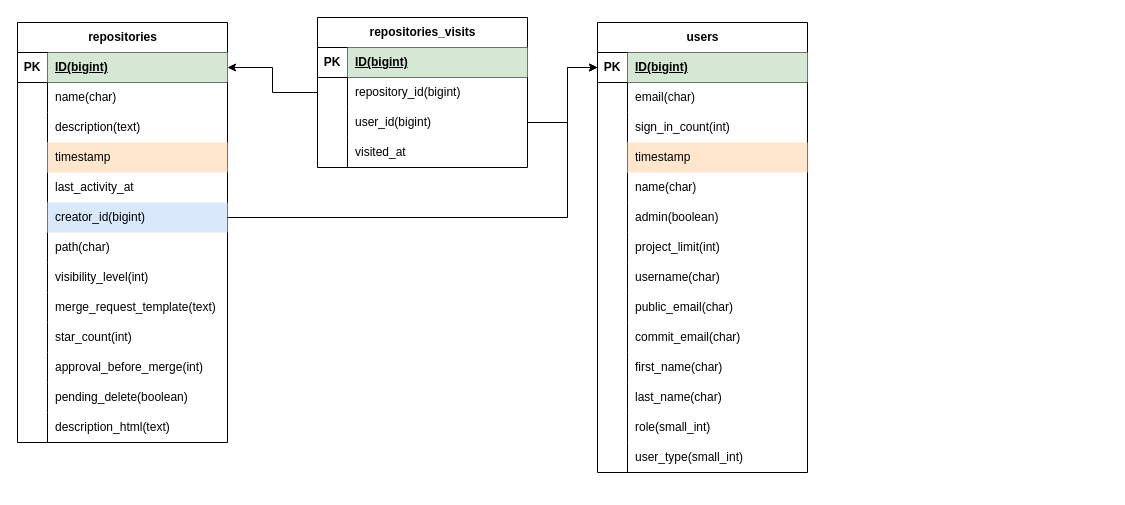
Above: Untitled Diagram.drawio in hoangchung16-00/my-git-store (draw.io), before the change. Source tidied: cells renumbered, new cells numbered last; positions are measured from the earlier drawing's top-left corner, leaving out a move shared by most shapes. Both pictures are drawn from the tidied source at 100%, with x=0, y=0 at pixel (17, 17).
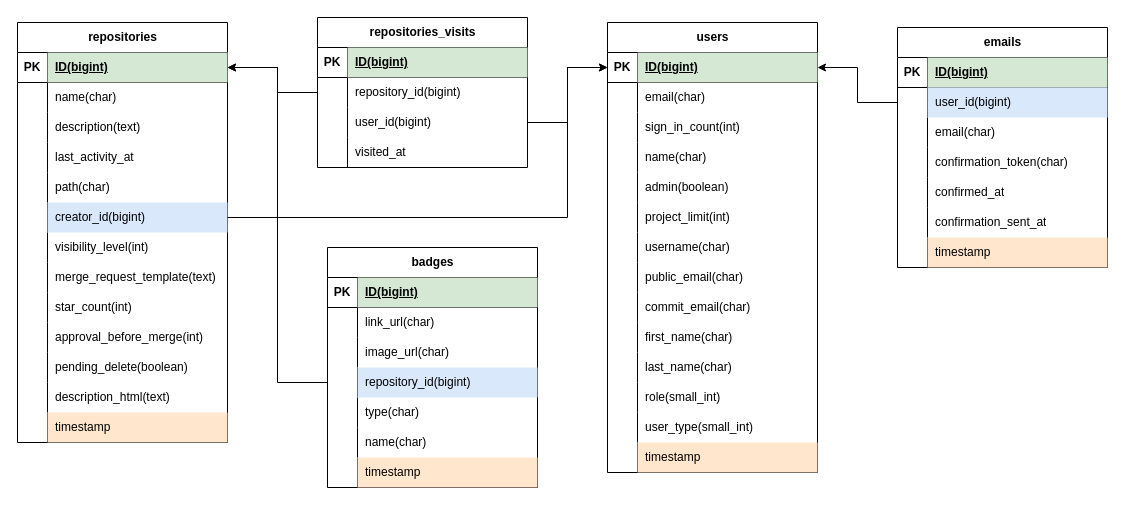
After the change.

Commit message:
diagram: badges, emails

Unchanged cells that the change refers to:
```xml
<mxCell id="2" value="repositories" style="shape=table;startSize=30;childLayout=tableLayout;rowLines=0;fontStyle=1;align=center;html=1;" parent="1" vertex="1">
  <mxGeometry y="5" width="210" height="420" as="geometry" />
</mxCell>
<mxCell id="3" style="shape=tableRow;horizontal=0;startSize=0;swimlaneHead=0;swimlaneBody=0;fillColor=none;points=[[0,0.5],[1,0.5]];portConstraint=eastwest;top=0;left=0;right=0;bottom=1;" parent="2" vertex="1">
  <mxGeometry y="30" width="210" height="30" as="geometry" />
</mxCell>
<mxCell id="43" style="shape=tableRow;horizontal=0;startSize=0;swimlaneHead=0;swimlaneBody=0;fillColor=none;points=[[0,0.5],[1,0.5]];portConstraint=eastwest;top=0;left=0;right=0;bottom=1;" parent="42" vertex="1">
  <mxGeometry y="30" width="210" height="30" as="geometry" />
</mxCell>
<mxCell id="90" style="shape=tableRow;horizontal=0;startSize=0;swimlaneHead=0;swimlaneBody=0;fillColor=none;points=[[0,0.5],[1,0.5]];portConstraint=eastwest;top=0;left=0;right=0;bottom=0;" parent="86" vertex="1">
  <mxGeometry y="60" width="210" height="30" as="geometry" />
</mxCell>
```

Diff of the diagram source:
```diff
@@
-    <mxCell id="12" style="shape=tableRow;horizontal=0;startSize=0;swimlaneHead=0;swimlaneBody=0;fillColor=none;top=0;left=0;right=0;bottom=0;" parent="2" vertex="1">
-      <mxGeometry y="120" width="210" height="30" as="geometry" />
-    </mxCell>
-    <mxCell id="13" style="shape=partialRectangle;fillColor=none;top=0;left=0;bottom=0;right=0;overflow=hidden;whiteSpace=wrap;html=1;" parent="12" vertex="1">
-      <mxGeometry width="30" height="30" as="geometry" />
-    </mxCell>
-    <mxCell id="14" value="timestamp" style="shape=partialRectangle;fillColor=#ffe6cc;top=0;left=0;bottom=0;right=0;align=left;spacingLeft=6;overflow=hidden;whiteSpace=wrap;html=1;strokeColor=#d79b00;" parent="12" vertex="1">
-      <mxGeometry x="30" width="180" height="30" as="geometry" />
-    </mxCell>
     <mxCell id="15" style="shape=tableRow;horizontal=0;startSize=0;swimlaneHead=0;swimlaneBody=0;fillColor=none;top=0;left=0;right=0;bottom=0;" parent="2" vertex="1">
-      <mxGeometry y="150" width="210" height="30" as="geometry" />
+      <mxGeometry y="120" width="210" height="30" as="geometry" />
     </mxCell>
@@
+    <mxCell id="21" style="shape=tableRow;horizontal=0;startSize=0;swimlaneHead=0;swimlaneBody=0;fillColor=none;top=0;left=0;right=0;bottom=0;" parent="2" vertex="1">
+      <mxGeometry y="150" width="210" height="30" as="geometry" />
+    </mxCell>
+    <mxCell id="22" style="shape=partialRectangle;fillColor=none;top=0;left=0;bottom=0;right=0;overflow=hidden;whiteSpace=wrap;html=1;" parent="21" vertex="1">
+      <mxGeometry width="30" height="30" as="geometry" />
+    </mxCell>
+    <mxCell id="23" value="path(char)" style="shape=partialRectangle;fillColor=none;top=0;left=0;bottom=0;right=0;align=left;spacingLeft=6;overflow=hidden;whiteSpace=wrap;html=1;" parent="21" vertex="1">
+      <mxGeometry x="30" width="180" height="30" as="geometry" />
+    </mxCell>
@@
-    <mxCell id="21" style="shape=tableRow;horizontal=0;startSize=0;swimlaneHead=0;swimlaneBody=0;fillColor=none;top=0;left=0;right=0;bottom=0;" parent="2" vertex="1">
-      <mxGeometry y="210" width="210" height="30" as="geometry" />
-    </mxCell>
-    <mxCell id="22" style="shape=partialRectangle;fillColor=none;top=0;left=0;bottom=0;right=0;overflow=hidden;whiteSpace=wrap;html=1;" parent="21" vertex="1">
-      <mxGeometry width="30" height="30" as="geometry" />
-    </mxCell>
-    <mxCell id="23" value="path(char)" style="shape=partialRectangle;fillColor=none;top=0;left=0;bottom=0;right=0;align=left;spacingLeft=6;overflow=hidden;whiteSpace=wrap;html=1;" parent="21" vertex="1">
-      <mxGeometry x="30" width="180" height="30" as="geometry" />
-    </mxCell>
     <mxCell id="24" style="shape=tableRow;horizontal=0;startSize=0;swimlaneHead=0;swimlaneBody=0;fillColor=none;top=0;left=0;right=0;bottom=0;" parent="2" vertex="1">
-      <mxGeometry y="240" width="210" height="30" as="geometry" />
+      <mxGeometry y="210" width="210" height="30" as="geometry" />
     </mxCell>
@@
     <mxCell id="27" style="shape=tableRow;horizontal=0;startSize=0;swimlaneHead=0;swimlaneBody=0;fillColor=none;top=0;left=0;right=0;bottom=0;" parent="2" vertex="1">
-      <mxGeometry y="270" width="210" height="30" as="geometry" />
+      <mxGeometry y="240" width="210" height="30" as="geometry" />
     </mxCell>
@@
     <mxCell id="30" style="shape=tableRow;horizontal=0;startSize=0;swimlaneHead=0;swimlaneBody=0;fillColor=none;top=0;left=0;right=0;bottom=0;" parent="2" vertex="1">
-      <mxGeometry y="300" width="210" height="30" as="geometry" />
+      <mxGeometry y="270" width="210" height="30" as="geometry" />
     </mxCell>
@@
     <mxCell id="33" style="shape=tableRow;horizontal=0;startSize=0;swimlaneHead=0;swimlaneBody=0;fillColor=none;top=0;left=0;right=0;bottom=0;" parent="2" vertex="1">
-      <mxGeometry y="330" width="210" height="30" as="geometry" />
+      <mxGeometry y="300" width="210" height="30" as="geometry" />
     </mxCell>
@@
     <mxCell id="36" style="shape=tableRow;horizontal=0;startSize=0;swimlaneHead=0;swimlaneBody=0;fillColor=none;top=0;left=0;right=0;bottom=0;" parent="2" vertex="1">
-      <mxGeometry y="360" width="210" height="30" as="geometry" />
+      <mxGeometry y="330" width="210" height="30" as="geometry" />
     </mxCell>
@@
     <mxCell id="39" style="shape=tableRow;horizontal=0;startSize=0;swimlaneHead=0;swimlaneBody=0;fillColor=none;top=0;left=0;right=0;bottom=0;" parent="2" vertex="1">
-      <mxGeometry y="390" width="210" height="30" as="geometry" />
+      <mxGeometry y="360" width="210" height="30" as="geometry" />
     </mxCell>
@@
+    <mxCell id="12" style="shape=tableRow;horizontal=0;startSize=0;swimlaneHead=0;swimlaneBody=0;fillColor=none;top=0;left=0;right=0;bottom=0;" parent="2" vertex="1">
+      <mxGeometry y="390" width="210" height="30" as="geometry" />
+    </mxCell>
+    <mxCell id="13" style="shape=partialRectangle;fillColor=none;top=0;left=0;bottom=0;right=0;overflow=hidden;whiteSpace=wrap;html=1;" parent="12" vertex="1">
+      <mxGeometry width="30" height="30" as="geometry" />
+    </mxCell>
+    <mxCell id="14" value="timestamp" style="shape=partialRectangle;fillColor=#ffe6cc;top=0;left=0;bottom=0;right=0;align=left;spacingLeft=6;overflow=hidden;whiteSpace=wrap;html=1;strokeColor=#d79b00;" parent="12" vertex="1">
+      <mxGeometry x="30" width="180" height="30" as="geometry" />
+    </mxCell>
     <mxCell id="42" value="users" style="shape=table;startSize=30;childLayout=tableLayout;rowLines=0;fontStyle=1;align=center;html=1;" parent="1" vertex="1">
-      <mxGeometry x="580" y="5" width="210" height="450" as="geometry" />
+      <mxGeometry x="590" y="5" width="210" height="450" as="geometry" />
     </mxCell>
@@
-    <mxCell id="52" style="shape=tableRow;horizontal=0;startSize=0;swimlaneHead=0;swimlaneBody=0;fillColor=none;top=0;left=0;right=0;bottom=0;" parent="42" vertex="1">
-      <mxGeometry y="120" width="210" height="30" as="geometry" />
-    </mxCell>
-    <mxCell id="53" style="shape=partialRectangle;fillColor=none;top=0;left=0;bottom=0;right=0;overflow=hidden;whiteSpace=wrap;html=1;" parent="52" vertex="1">
-      <mxGeometry width="30" height="30" as="geometry" />
-    </mxCell>
-    <mxCell id="54" value="timestamp" style="shape=partialRectangle;fillColor=#ffe6cc;top=0;left=0;bottom=0;right=0;align=left;spacingLeft=6;overflow=hidden;whiteSpace=wrap;html=1;strokeColor=#d79b00;" parent="52" vertex="1">
-      <mxGeometry x="30" width="180" height="30" as="geometry" />
-    </mxCell>
     <mxCell id="55" style="shape=tableRow;horizontal=0;startSize=0;swimlaneHead=0;swimlaneBody=0;fillColor=none;top=0;left=0;right=0;bottom=0;" parent="42" vertex="1">
-      <mxGeometry y="150" width="210" height="30" as="geometry" />
+      <mxGeometry y="120" width="210" height="30" as="geometry" />
     </mxCell>
@@
     <mxCell id="58" style="shape=tableRow;horizontal=0;startSize=0;swimlaneHead=0;swimlaneBody=0;fillColor=none;top=0;left=0;right=0;bottom=0;" parent="42" vertex="1">
-      <mxGeometry y="180" width="210" height="30" as="geometry" />
+      <mxGeometry y="150" width="210" height="30" as="geometry" />
     </mxCell>
@@
     <mxCell id="61" style="shape=tableRow;horizontal=0;startSize=0;swimlaneHead=0;swimlaneBody=0;fillColor=none;top=0;left=0;right=0;bottom=0;" parent="42" vertex="1">
-      <mxGeometry y="210" width="210" height="30" as="geometry" />
+      <mxGeometry y="180" width="210" height="30" as="geometry" />
     </mxCell>
@@
     <mxCell id="64" style="shape=tableRow;horizontal=0;startSize=0;swimlaneHead=0;swimlaneBody=0;fillColor=none;top=0;left=0;right=0;bottom=0;" parent="42" vertex="1">
-      <mxGeometry y="240" width="210" height="30" as="geometry" />
+      <mxGeometry y="210" width="210" height="30" as="geometry" />
     </mxCell>
@@
     <mxCell id="67" style="shape=tableRow;horizontal=0;startSize=0;swimlaneHead=0;swimlaneBody=0;fillColor=none;top=0;left=0;right=0;bottom=0;" parent="42" vertex="1">
-      <mxGeometry y="270" width="210" height="30" as="geometry" />
+      <mxGeometry y="240" width="210" height="30" as="geometry" />
     </mxCell>
@@
     <mxCell id="70" style="shape=tableRow;horizontal=0;startSize=0;swimlaneHead=0;swimlaneBody=0;fillColor=none;top=0;left=0;right=0;bottom=0;" parent="42" vertex="1">
-      <mxGeometry y="300" width="210" height="30" as="geometry" />
+      <mxGeometry y="270" width="210" height="30" as="geometry" />
     </mxCell>
@@
     <mxCell id="73" style="shape=tableRow;horizontal=0;startSize=0;swimlaneHead=0;swimlaneBody=0;fillColor=none;top=0;left=0;right=0;bottom=0;" parent="42" vertex="1">
-      <mxGeometry y="330" width="210" height="30" as="geometry" />
+      <mxGeometry y="300" width="210" height="30" as="geometry" />
     </mxCell>
@@
     <mxCell id="76" style="shape=tableRow;horizontal=0;startSize=0;swimlaneHead=0;swimlaneBody=0;fillColor=none;top=0;left=0;right=0;bottom=0;" parent="42" vertex="1">
-      <mxGeometry y="360" width="210" height="30" as="geometry" />
+      <mxGeometry y="330" width="210" height="30" as="geometry" />
     </mxCell>
@@
     <mxCell id="79" style="shape=tableRow;horizontal=0;startSize=0;swimlaneHead=0;swimlaneBody=0;fillColor=none;top=0;left=0;right=0;bottom=0;" parent="42" vertex="1">
-      <mxGeometry y="390" width="210" height="30" as="geometry" />
+      <mxGeometry y="360" width="210" height="30" as="geometry" />
     </mxCell>
@@
     <mxCell id="82" style="shape=tableRow;horizontal=0;startSize=0;swimlaneHead=0;swimlaneBody=0;fillColor=none;top=0;left=0;right=0;bottom=0;" parent="42" vertex="1">
-      <mxGeometry y="420" width="210" height="30" as="geometry" />
+      <mxGeometry y="390" width="210" height="30" as="geometry" />
     </mxCell>
@@
+    <mxCell id="52" style="shape=tableRow;horizontal=0;startSize=0;swimlaneHead=0;swimlaneBody=0;fillColor=none;top=0;left=0;right=0;bottom=0;" parent="42" vertex="1">
+      <mxGeometry y="420" width="210" height="30" as="geometry" />
+    </mxCell>
+    <mxCell id="53" style="shape=partialRectangle;fillColor=none;top=0;left=0;bottom=0;right=0;overflow=hidden;whiteSpace=wrap;html=1;" parent="52" vertex="1">
+      <mxGeometry width="30" height="30" as="geometry" />
+    </mxCell>
+    <mxCell id="54" value="timestamp" style="shape=partialRectangle;fillColor=#ffe6cc;top=0;left=0;bottom=0;right=0;align=left;spacingLeft=6;overflow=hidden;whiteSpace=wrap;html=1;strokeColor=#d79b00;" parent="52" vertex="1">
+      <mxGeometry x="30" width="180" height="30" as="geometry" />
+    </mxCell>
@@
     <mxCell id="99" style="edgeStyle=orthogonalEdgeStyle;rounded=0;jettySize=auto;html=1;" parent="1" edge="1" source="90" target="3">
-      <mxGeometry relative="1" as="geometry" />
+      <mxGeometry relative="1" as="geometry">
+        <Array as="points">
+          <mxPoint x="260" y="75" />
+          <mxPoint x="260" y="50" />
+        </Array>
+      </mxGeometry>
     </mxCell>
@@
+    <mxCell id="101" value="badges" style="shape=table;startSize=30;childLayout=tableLayout;rowLines=0;fontStyle=1;align=center;html=1;" parent="1" vertex="1">
+      <mxGeometry x="310" y="230" width="210" height="240" as="geometry" />
+    </mxCell>
+    <mxCell id="102" style="shape=tableRow;horizontal=0;startSize=0;swimlaneHead=0;swimlaneBody=0;fillColor=none;top=0;left=0;right=0;bottom=1;" parent="101" vertex="1">
+      <mxGeometry y="30" width="210" height="30" as="geometry" />
+    </mxCell>
+    <mxCell id="103" value="PK" style="shape=partialRectangle;fillColor=none;top=0;left=0;bottom=0;right=0;fontStyle=1;overflow=hidden;whiteSpace=wrap;html=1;" parent="102" vertex="1">
+      <mxGeometry width="30" height="30" as="geometry" />
+    </mxCell>
+    <mxCell id="104" value="ID(bigint)" style="shape=partialRectangle;fillColor=#d5e8d4;top=0;left=0;bottom=0;right=0;align=left;spacingLeft=6;fontStyle=5;overflow=hidden;whiteSpace=wrap;html=1;strokeColor=#82b366;" parent="102" vertex="1">
+      <mxGeometry x="30" width="180" height="30" as="geometry" />
+    </mxCell>
+    <mxCell id="105" style="shape=tableRow;horizontal=0;startSize=0;swimlaneHead=0;swimlaneBody=0;fillColor=none;top=0;left=0;right=0;bottom=0;" parent="101" vertex="1">
+      <mxGeometry y="60" width="210" height="30" as="geometry" />
+    </mxCell>
+    <mxCell id="106" style="shape=partialRectangle;fillColor=none;top=0;left=0;bottom=0;right=0;overflow=hidden;whiteSpace=wrap;html=1;" parent="105" vertex="1">
+      <mxGeometry width="30" height="30" as="geometry" />
+    </mxCell>
+    <mxCell id="107" value="link_url(char)" style="shape=partialRectangle;fillColor=none;top=0;left=0;bottom=0;right=0;align=left;spacingLeft=6;overflow=hidden;whiteSpace=wrap;html=1;" parent="105" vertex="1">
+      <mxGeometry x="30" width="180" height="30" as="geometry" />
+    </mxCell>
+    <mxCell id="108" style="shape=tableRow;horizontal=0;startSize=0;swimlaneHead=0;swimlaneBody=0;fillColor=none;top=0;left=0;right=0;bottom=0;" parent="101" vertex="1">
+      <mxGeometry y="90" width="210" height="30" as="geometry" />
+    </mxCell>
+    <mxCell id="109" style="shape=partialRectangle;fillColor=none;top=0;left=0;bottom=0;right=0;overflow=hidden;whiteSpace=wrap;html=1;" parent="108" vertex="1">
+      <mxGeometry width="30" height="30" as="geometry" />
+    </mxCell>
+    <mxCell id="110" value="image_url(char)" style="shape=partialRectangle;fillColor=none;top=0;left=0;bottom=0;right=0;align=left;spacingLeft=6;overflow=hidden;whiteSpace=wrap;html=1;" parent="108" vertex="1">
+      <mxGeometry x="30" width="180" height="30" as="geometry" />
+    </mxCell>
+    <mxCell id="111" style="shape=tableRow;horizontal=0;startSize=0;swimlaneHead=0;swimlaneBody=0;fillColor=none;points=[[0,0.5],[1,0.5]];portConstraint=eastwest;top=0;left=0;right=0;bottom=0;" parent="101" vertex="1">
+      <mxGeometry y="120" width="210" height="30" as="geometry" />
+    </mxCell>
+    <mxCell id="112" style="shape=partialRectangle;fillColor=none;top=0;left=0;bottom=0;right=0;overflow=hidden;whiteSpace=wrap;html=1;" parent="111" vertex="1">
+      <mxGeometry width="30" height="30" as="geometry" />
+    </mxCell>
+    <mxCell id="113" value="repository_id(bigint)" style="shape=partialRectangle;fillColor=#dae8fc;top=0;left=0;bottom=0;right=0;align=left;spacingLeft=6;overflow=hidden;whiteSpace=wrap;html=1;strokeColor=#6c8ebf;" parent="111" vertex="1">
+      <mxGeometry x="30" width="180" height="30" as="geometry" />
+    </mxCell>
+    <mxCell id="114" style="shape=tableRow;horizontal=0;startSize=0;swimlaneHead=0;swimlaneBody=0;fillColor=none;top=0;left=0;right=0;bottom=0;" parent="101" vertex="1">
+      <mxGeometry y="150" width="210" height="30" as="geometry" />
+    </mxCell>
+    <mxCell id="115" style="shape=partialRectangle;fillColor=none;top=0;left=0;bottom=0;right=0;overflow=hidden;whiteSpace=wrap;html=1;" parent="114" vertex="1">
+      <mxGeometry width="30" height="30" as="geometry" />
+    </mxCell>
+    <mxCell id="116" value="type(char)" style="shape=partialRectangle;fillColor=none;top=0;left=0;bottom=0;right=0;align=left;spacingLeft=6;overflow=hidden;whiteSpace=wrap;html=1;" parent="114" vertex="1">
+      <mxGeometry x="30" width="180" height="30" as="geometry" />
+    </mxCell>
+    <mxCell id="117" style="shape=tableRow;horizontal=0;startSize=0;swimlaneHead=0;swimlaneBody=0;fillColor=none;top=0;left=0;right=0;bottom=0;" parent="101" vertex="1">
+      <mxGeometry y="180" width="210" height="30" as="geometry" />
+    </mxCell>
+    <mxCell id="118" style="shape=partialRectangle;fillColor=none;top=0;left=0;bottom=0;right=0;overflow=hidden;whiteSpace=wrap;html=1;" parent="117" vertex="1">
+      <mxGeometry width="30" height="30" as="geometry" />
+    </mxCell>
+    <mxCell id="119" value="name(char)" style="shape=partialRectangle;fillColor=none;top=0;left=0;bottom=0;right=0;align=left;spacingLeft=6;overflow=hidden;whiteSpace=wrap;html=1;" parent="117" vertex="1">
+      <mxGeometry x="30" width="180" height="30" as="geometry" />
+    </mxCell>
+    <mxCell id="120" style="shape=tableRow;horizontal=0;startSize=0;swimlaneHead=0;swimlaneBody=0;fillColor=none;top=0;left=0;right=0;bottom=0;" parent="101" vertex="1">
+      <mxGeometry y="210" width="210" height="30" as="geometry" />
+    </mxCell>
+    <mxCell id="121" style="shape=partialRectangle;fillColor=none;top=0;left=0;bottom=0;right=0;overflow=hidden;whiteSpace=wrap;html=1;" parent="120" vertex="1">
+      <mxGeometry width="30" height="30" as="geometry" />
+    </mxCell>
+    <mxCell id="122" value="timestamp" style="shape=partialRectangle;fillColor=#ffe6cc;top=0;left=0;bottom=0;right=0;align=left;spacingLeft=6;overflow=hidden;whiteSpace=wrap;html=1;strokeColor=#d79b00;" parent="120" vertex="1">
+      <mxGeometry x="30" width="180" height="30" as="geometry" />
+    </mxCell>
+    <mxCell id="123" style="edgeStyle=orthogonalEdgeStyle;rounded=0;jettySize=auto;html=1;entryX=1;entryY=0.5;entryDx=0;entryDy=0;" parent="1" edge="1" source="111" target="3">
+      <mxGeometry relative="1" as="geometry">
+        <Array as="points">
+          <mxPoint x="260" y="365" />
+          <mxPoint x="260" y="50" />
+        </Array>
+      </mxGeometry>
+    </mxCell>
+    <mxCell id="124" value="emails" style="shape=table;startSize=30;childLayout=tableLayout;rowLines=0;fontStyle=1;align=center;html=1;" parent="1" vertex="1">
+      <mxGeometry x="880" y="10" width="210" height="240" as="geometry" />
+    </mxCell>
+    <mxCell id="125" style="shape=tableRow;horizontal=0;startSize=0;swimlaneHead=0;swimlaneBody=0;fillColor=none;top=0;left=0;right=0;bottom=1;" parent="124" vertex="1">
+      <mxGeometry y="30" width="210" height="30" as="geometry" />
+    </mxCell>
+    <mxCell id="126" value="PK" style="shape=partialRectangle;fillColor=none;top=0;left=0;bottom=0;right=0;fontStyle=1;overflow=hidden;whiteSpace=wrap;html=1;" parent="125" vertex="1">
+      <mxGeometry width="30" height="30" as="geometry" />
+    </mxCell>
+    <mxCell id="127" value="ID(bigint)" style="shape=partialRectangle;fillColor=#d5e8d4;top=0;left=0;bottom=0;right=0;align=left;spacingLeft=6;fontStyle=5;overflow=hidden;whiteSpace=wrap;html=1;strokeColor=#82b366;" parent="125" vertex="1">
+      <mxGeometry x="30" width="180" height="30" as="geometry" />
+    </mxCell>
+    <mxCell id="128" style="shape=tableRow;horizontal=0;startSize=0;swimlaneHead=0;swimlaneBody=0;fillColor=none;points=[[0,0.5],[1,0.5]];portConstraint=eastwest;top=0;left=0;right=0;bottom=0;" parent="124" vertex="1">
+      <mxGeometry y="60" width="210" height="30" as="geometry" />
+    </mxCell>
+    <mxCell id="129" style="shape=partialRectangle;fillColor=none;top=0;left=0;bottom=0;right=0;overflow=hidden;whiteSpace=wrap;html=1;" parent="128" vertex="1">
+      <mxGeometry width="30" height="30" as="geometry" />
+    </mxCell>
+    <mxCell id="130" value="user_id(bigint)" style="shape=partialRectangle;fillColor=#dae8fc;top=0;left=0;bottom=0;right=0;align=left;spacingLeft=6;overflow=hidden;whiteSpace=wrap;html=1;strokeColor=#6c8ebf;" parent="128" vertex="1">
+      <mxGeometry x="30" width="180" height="30" as="geometry" />
+    </mxCell>
+    <mxCell id="131" style="shape=tableRow;horizontal=0;startSize=0;swimlaneHead=0;swimlaneBody=0;fillColor=none;top=0;left=0;right=0;bottom=0;" parent="124" vertex="1">
+      <mxGeometry y="90" width="210" height="30" as="geometry" />
+    </mxCell>
+    <mxCell id="132" style="shape=partialRectangle;fillColor=none;top=0;left=0;bottom=0;right=0;overflow=hidden;whiteSpace=wrap;html=1;" parent="131" vertex="1">
+      <mxGeometry width="30" height="30" as="geometry" />
+    </mxCell>
+    <mxCell id="133" value="email(char)" style="shape=partialRectangle;fillColor=none;top=0;left=0;bottom=0;right=0;align=left;spacingLeft=6;overflow=hidden;whiteSpace=wrap;html=1;" parent="131" vertex="1">
+      <mxGeometry x="30" width="180" height="30" as="geometry" />
+    </mxCell>
+    <mxCell id="134" style="shape=tableRow;horizontal=0;startSize=0;swimlaneHead=0;swimlaneBody=0;fillColor=none;top=0;left=0;right=0;bottom=0;" parent="124" vertex="1">
+      <mxGeometry y="120" width="210" height="30" as="geometry" />
+    </mxCell>
+    <mxCell id="135" style="shape=partialRectangle;fillColor=none;top=0;left=0;bottom=0;right=0;overflow=hidden;whiteSpace=wrap;html=1;" parent="134" vertex="1">
+      <mxGeometry width="30" height="30" as="geometry" />
+    </mxCell>
+    <mxCell id="136" value="confirmation_token(char)" style="shape=partialRectangle;fillColor=none;top=0;left=0;bottom=0;right=0;align=left;spacingLeft=6;overflow=hidden;whiteSpace=wrap;html=1;" parent="134" vertex="1">
+      <mxGeometry x="30" width="180" height="30" as="geometry" />
+    </mxCell>
+    <mxCell id="137" style="shape=tableRow;horizontal=0;startSize=0;swimlaneHead=0;swimlaneBody=0;fillColor=none;top=0;left=0;right=0;bottom=0;" parent="124" vertex="1">
+      <mxGeometry y="150" width="210" height="30" as="geometry" />
+    </mxCell>
+    <mxCell id="138" style="shape=partialRectangle;fillColor=none;top=0;left=0;bottom=0;right=0;overflow=hidden;whiteSpace=wrap;html=1;" parent="137" vertex="1">
+      <mxGeometry width="30" height="30" as="geometry" />
+    </mxCell>
+    <mxCell id="139" value="confirmed_at" style="shape=partialRectangle;fillColor=none;top=0;left=0;bottom=0;right=0;align=left;spacingLeft=6;overflow=hidden;whiteSpace=wrap;html=1;" parent="137" vertex="1">
+      <mxGeometry x="30" width="180" height="30" as="geometry" />
+    </mxCell>
+    <mxCell id="140" style="shape=tableRow;horizontal=0;startSize=0;swimlaneHead=0;swimlaneBody=0;fillColor=none;top=0;left=0;right=0;bottom=0;" parent="124" vertex="1">
+      <mxGeometry y="180" width="210" height="30" as="geometry" />
+    </mxCell>
+    <mxCell id="141" style="shape=partialRectangle;fillColor=none;top=0;left=0;bottom=0;right=0;overflow=hidden;whiteSpace=wrap;html=1;" parent="140" vertex="1">
+      <mxGeometry width="30" height="30" as="geometry" />
+    </mxCell>
+    <mxCell id="142" value="confirmation_sent_at" style="shape=partialRectangle;fillColor=none;top=0;left=0;bottom=0;right=0;align=left;spacingLeft=6;overflow=hidden;whiteSpace=wrap;html=1;" parent="140" vertex="1">
+      <mxGeometry x="30" width="180" height="30" as="geometry" />
+    </mxCell>
+    <mxCell id="143" style="shape=tableRow;horizontal=0;startSize=0;swimlaneHead=0;swimlaneBody=0;fillColor=none;top=0;left=0;right=0;bottom=0;" parent="124" vertex="1">
+      <mxGeometry y="210" width="210" height="30" as="geometry" />
+    </mxCell>
+    <mxCell id="144" style="shape=partialRectangle;fillColor=none;top=0;left=0;bottom=0;right=0;overflow=hidden;whiteSpace=wrap;html=1;" parent="143" vertex="1">
+      <mxGeometry width="30" height="30" as="geometry" />
+    </mxCell>
+    <mxCell id="145" value="timestamp" style="shape=partialRectangle;fillColor=#ffe6cc;top=0;left=0;bottom=0;right=0;align=left;spacingLeft=6;overflow=hidden;whiteSpace=wrap;html=1;strokeColor=#d79b00;" parent="143" vertex="1">
+      <mxGeometry x="30" width="180" height="30" as="geometry" />
+    </mxCell>
+    <mxCell id="146" style="edgeStyle=orthogonalEdgeStyle;rounded=0;jettySize=auto;html=1;" parent="1" edge="1" source="128" target="43">
+      <mxGeometry relative="1" as="geometry" />
+    </mxCell>
```
